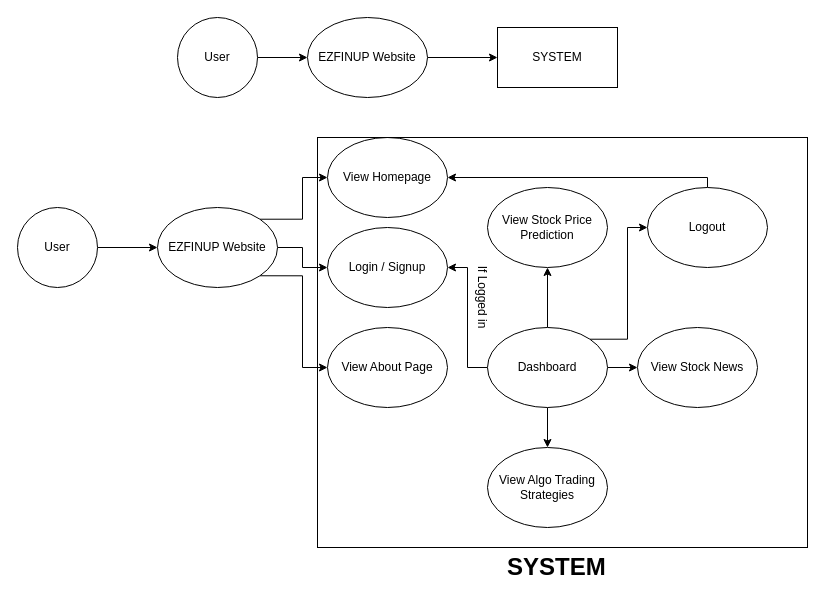
The draw.io diagram PPT and Report/Use Case Diagram.drawio in sarvesh2000/ezfinup, before the edit. Source tidied: cells renumbered, new cells numbered last; positions are measured from the earlier drawing's top-left corner, leaving out a move shared by most shapes. Both pictures are drawn from the tidied source at 100%, with x=0, y=0 at pixel (17, 17).
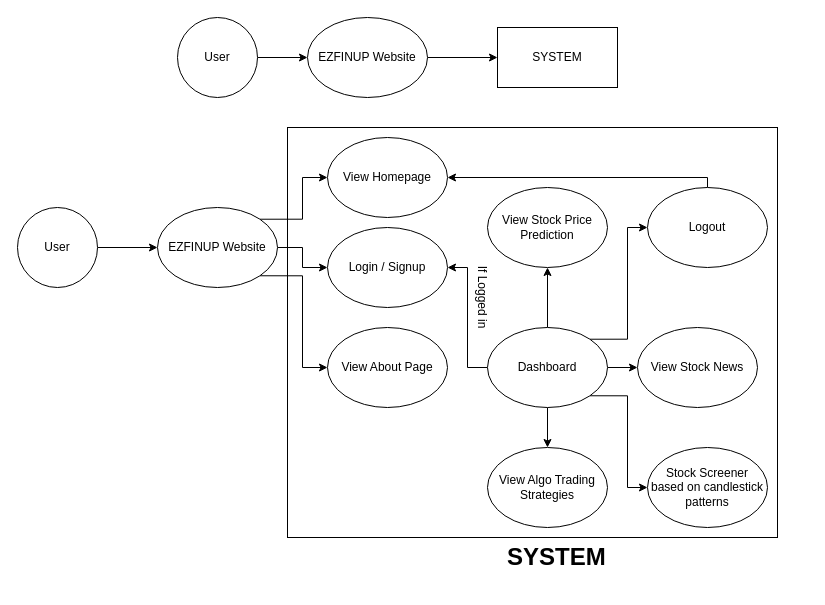
After the change.

The change refers to these unchanged cells:
```xml
<mxCell id="15" value="Dashboard" style="ellipse;whiteSpace=wrap;html=1;" parent="1" vertex="1">
  <mxGeometry x="470" y="310" width="120" height="80" as="geometry" />
</mxCell>
```

What changed in the source:
```diff
@@
+    <mxCell id="30" style="edgeStyle=orthogonalEdgeStyle;rounded=0;jettySize=auto;html=1;exitX=1;exitY=1;exitDx=0;exitDy=0;entryX=0;entryY=0.5;entryDx=0;entryDy=0;" parent="1" edge="1" source="15" target="31">
+      <mxGeometry relative="1" as="geometry" />
+    </mxCell>
@@
     <mxCell id="28" style="rounded=0;whiteSpace=wrap;html=1;fillColor=none;" parent="1" vertex="1">
-      <mxGeometry x="300" y="120" width="490" height="410" as="geometry" />
+      <mxGeometry x="270" y="110" width="490" height="410" as="geometry" />
     </mxCell>
     <mxCell id="29" value="&lt;h1&gt;SYSTEM&lt;/h1&gt;" style="text;html=1;strokeColor=none;fillColor=none;spacing=5;spacingTop=-20;whiteSpace=wrap;overflow=hidden;rounded=0;" parent="1" vertex="1">
-      <mxGeometry x="485" y="530" width="110" height="40" as="geometry" />
+      <mxGeometry x="485" y="520" width="110" height="40" as="geometry" />
     </mxCell>
+    <mxCell id="31" value="Stock Screener based on candlestick patterns" style="ellipse;whiteSpace=wrap;html=1;" parent="1" vertex="1">
+      <mxGeometry x="630" y="430" width="120" height="80" as="geometry" />
+    </mxCell>
```
